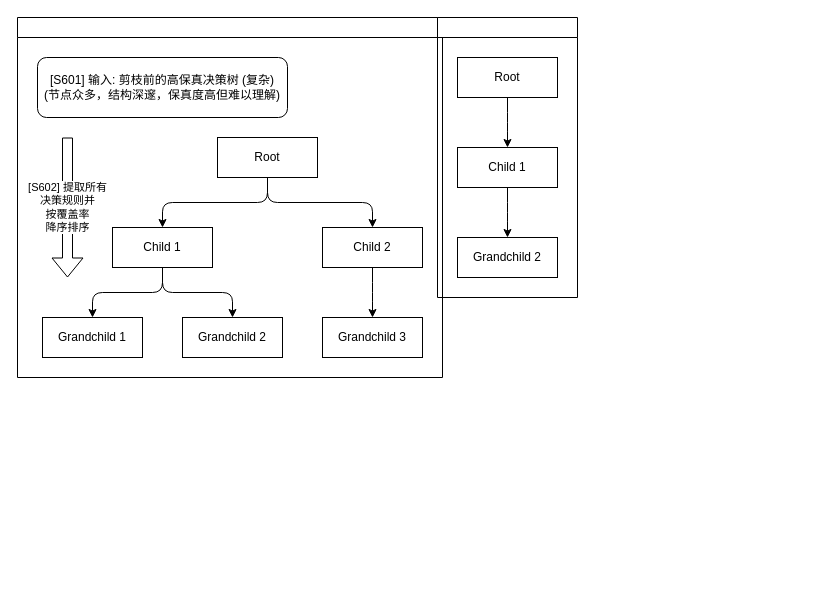
Jerrywjr/202512_ISE_microfossil keeps this draw.io diagram as 04.drawio. Above is the earlier version. Source tidied: cells renumbered, new cells numbered last; positions are measured from the earlier drawing's top-left corner, leaving out a move shared by most shapes. Both pictures are drawn from the tidied source at 100%, with x=0, y=0 at pixel (17, 17).
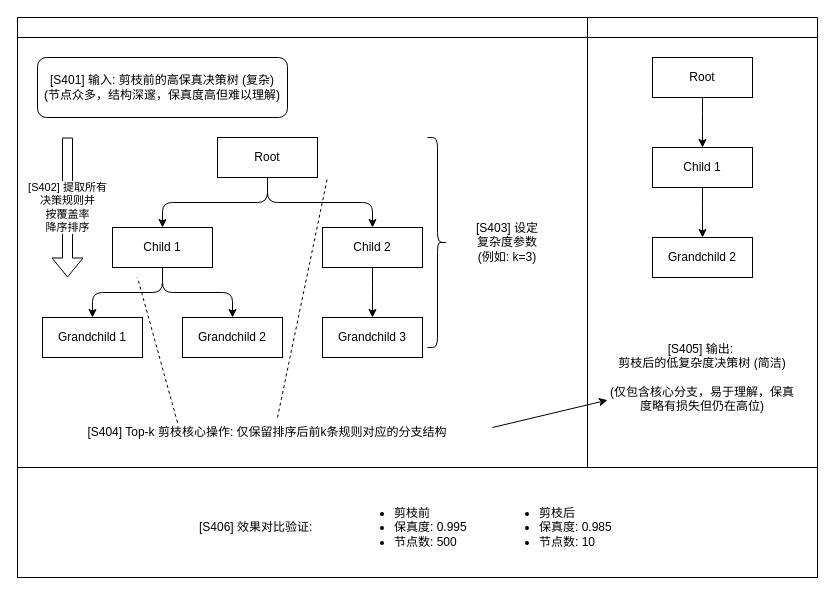
After the change.

Change to the diagram source:
```diff
@@
     <mxCell id="2" style="swimlane;startSize=20;horizontal=1;horizontalTree=0;sortEdges=1;containerType=tree;fontSize=12;" parent="1" vertex="1">
-      <mxGeometry width="425" height="360" as="geometry" />
+      <mxGeometry width="570" height="450" as="geometry" />
     </mxCell>
@@
-    <mxCell id="14" value="&lt;div&gt;[S601] 输入: 剪枝前的高保真决策树 (复杂)&lt;/div&gt;&lt;div&gt;(节点众多，结构深邃，保真度高但难以理解)&lt;/div&gt;" style="rounded=1;whiteSpace=wrap;html=1;" parent="2" vertex="1">
+    <mxCell id="14" value="&lt;div&gt;[S401] 输入: 剪枝前的高保真决策树 (复杂)&lt;/div&gt;&lt;div&gt;(节点众多，结构深邃，保真度高但难以理解)&lt;/div&gt;" style="rounded=1;whiteSpace=wrap;html=1;" parent="2" vertex="1">
       <mxGeometry x="20" y="40" width="250" height="60" as="geometry" />
     </mxCell>
-    <mxCell id="15" value="[S602] 提取所有&lt;div&gt;决策规则并&lt;/div&gt;&lt;div&gt;按覆盖率&lt;/div&gt;&lt;div&gt;降序排序&lt;/div&gt;" style="shape=flexArrow;endArrow=classic;html=1;rounded=0;" parent="2" edge="1">
+    <mxCell id="15" value="[S402] 提取所有&lt;div&gt;决策规则并&lt;/div&gt;&lt;div&gt;按覆盖率&lt;/div&gt;&lt;div&gt;降序排序&lt;/div&gt;" style="shape=flexArrow;endArrow=classic;html=1;rounded=0;" parent="2" edge="1">
       <mxGeometry relative="1" as="geometry">
         <mxPoint x="50" y="120" as="sourcePoint" />
         <mxPoint x="50" y="260" as="targetPoint" />
       </mxGeometry>
     </mxCell>
+    <mxCell id="22" style="shape=curlyBracket;whiteSpace=wrap;html=1;rounded=1;flipH=1;labelPosition=right;verticalLabelPosition=middle;align=left;verticalAlign=middle;" parent="2" vertex="1">
+      <mxGeometry x="410" y="120" width="20" height="210" as="geometry" />
+    </mxCell>
+    <mxCell id="23" style="endArrow=none;dashed=1;html=1;rounded=0;" parent="2" edge="1">
+      <mxGeometry relative="1" as="geometry">
+        <mxPoint x="260" y="400" as="sourcePoint" />
+        <mxPoint x="310" y="160" as="targetPoint" />
+      </mxGeometry>
+    </mxCell>
+    <mxCell id="24" value="[S404] Top-k 剪枝核心操作: 仅保留排序后前k条规则对应的分支结构" style="text;html=1;whiteSpace=wrap;strokeColor=none;fillColor=none;align=center;verticalAlign=middle;rounded=0;" parent="2" vertex="1">
+      <mxGeometry x="45" y="400" width="410" height="30" as="geometry" />
+    </mxCell>
+    <mxCell id="25" style="endArrow=classic;html=1;rounded=0;" parent="2" edge="1" target="27">
+      <mxGeometry relative="1" as="geometry">
+        <mxPoint x="475" y="410" as="sourcePoint" />
+      </mxGeometry>
+    </mxCell>
+    <mxCell id="26" value="&lt;div&gt;[S403] 设定&lt;/div&gt;&lt;div&gt;复杂度参数&lt;/div&gt;&lt;div&gt;(例如: k=3)&lt;/div&gt;" style="text;html=1;whiteSpace=wrap;strokeColor=none;fillColor=none;align=center;verticalAlign=middle;rounded=0;" parent="2" vertex="1">
+      <mxGeometry x="430" y="210" width="120" height="30" as="geometry" />
+    </mxCell>
     <mxCell id="16" style="swimlane;startSize=20;horizontal=1;horizontalTree=0;sortEdges=1;containerType=tree;fontSize=12;" parent="1" vertex="1">
-      <mxGeometry x="420" width="140" height="280" as="geometry" />
+      <mxGeometry x="570" width="230" height="450" as="geometry" />
     </mxCell>
     <mxCell id="17" value="Root" style="whiteSpace=wrap;html=1;" parent="16" vertex="1">
-      <mxGeometry x="20" y="40" width="100" height="40" as="geometry" />
+      <mxGeometry x="65" y="40" width="100" height="40" as="geometry" />
     </mxCell>
     <mxCell id="18" value="Child 1" style="whiteSpace=wrap;html=1;" parent="16" vertex="1">
-      <mxGeometry x="20" y="130" width="100" height="40" as="geometry" />
+      <mxGeometry x="65" y="130" width="100" height="40" as="geometry" />
     </mxCell>
@@
     <mxCell id="21" value="Grandchild 2" style="whiteSpace=wrap;html=1;" parent="16" vertex="1">
-      <mxGeometry x="20" y="220" width="100" height="40" as="geometry" />
+      <mxGeometry x="65" y="220" width="100" height="40" as="geometry" />
     </mxCell>
+    <mxCell id="27" value="[S405] 输出:&amp;nbsp;&lt;div&gt;剪枝后的低复杂度决策树 (简洁)&lt;/div&gt;&lt;div&gt;&lt;br&gt;&lt;div&gt;(仅包含核心分支，易于理解，保真度略有损失但仍在高位)&lt;/div&gt;&lt;/div&gt;" style="text;html=1;whiteSpace=wrap;strokeColor=none;fillColor=none;align=center;verticalAlign=middle;rounded=0;" parent="16" vertex="1">
+      <mxGeometry x="20" y="290" width="190" height="140" as="geometry" />
+    </mxCell>
+    <mxCell id="28" style="endArrow=none;dashed=1;html=1;rounded=0;" parent="1" edge="1">
+      <mxGeometry relative="1" as="geometry">
+        <mxPoint x="160" y="405" as="sourcePoint" />
+        <mxPoint x="120" y="260" as="targetPoint" />
+      </mxGeometry>
+    </mxCell>
+    <mxCell id="29" style="rounded=0;whiteSpace=wrap;html=1;" parent="1" vertex="1">
+      <mxGeometry y="450" width="800" height="110" as="geometry" />
+    </mxCell>
+    <mxCell id="30" value="&lt;ul&gt;&lt;li&gt;剪枝前&lt;/li&gt;&lt;li&gt;保真度: 0.995&lt;/li&gt;&lt;li&gt;节点数: 500&lt;/li&gt;&lt;/ul&gt;" style="text;strokeColor=none;fillColor=none;html=1;whiteSpace=wrap;verticalAlign=middle;overflow=hidden;" parent="1" vertex="1">
+      <mxGeometry x="335" y="470" width="130" height="80" as="geometry" />
+    </mxCell>
+    <mxCell id="31" value="&lt;ul&gt;&lt;li&gt;剪枝后&lt;/li&gt;&lt;li&gt;保真度: 0.985&lt;/li&gt;&lt;li&gt;节点数: 10&lt;/li&gt;&lt;/ul&gt;" style="text;strokeColor=none;fillColor=none;html=1;whiteSpace=wrap;verticalAlign=middle;overflow=hidden;" parent="1" vertex="1">
+      <mxGeometry x="480" y="470" width="130" height="80" as="geometry" />
+    </mxCell>
+    <mxCell id="32" value="[S406] 效果对比验证:" style="text;strokeColor=none;fillColor=none;html=1;whiteSpace=wrap;verticalAlign=middle;overflow=hidden;" parent="1" vertex="1">
+      <mxGeometry x="180" y="470" width="130" height="80" as="geometry" />
+    </mxCell>
```
